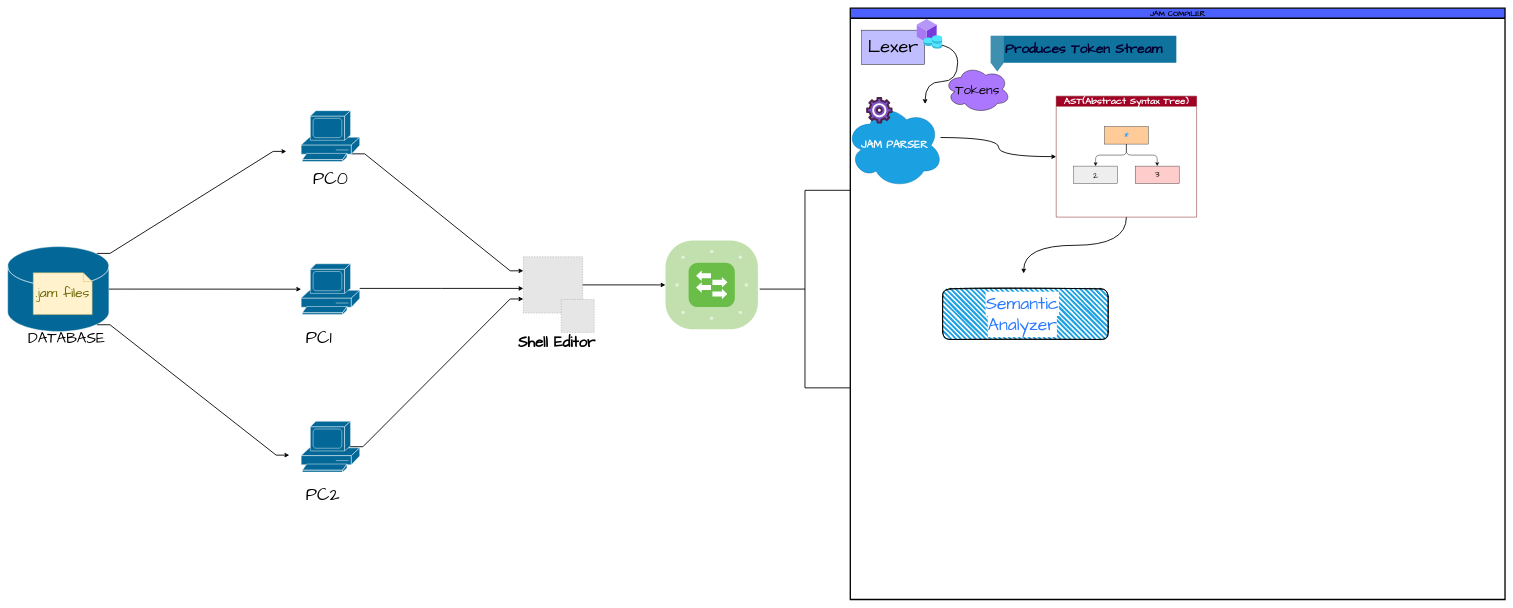
gauravdhyani/Complier_Design-TCS601- keeps this draw.io diagram as Jai/Compiler(JAM)/Diagrams/JAM.drawio. Above is the earlier version. Source tidied: cells renumbered, new cells numbered last; positions are measured from the earlier drawing's top-left corner, leaving out a move shared by most shapes. Both pictures are drawn from the tidied source at 44%, with x=0, y=0 at pixel (7, 8). Pictures stored in the file or linked from it are replaced by grey dashed boxes.
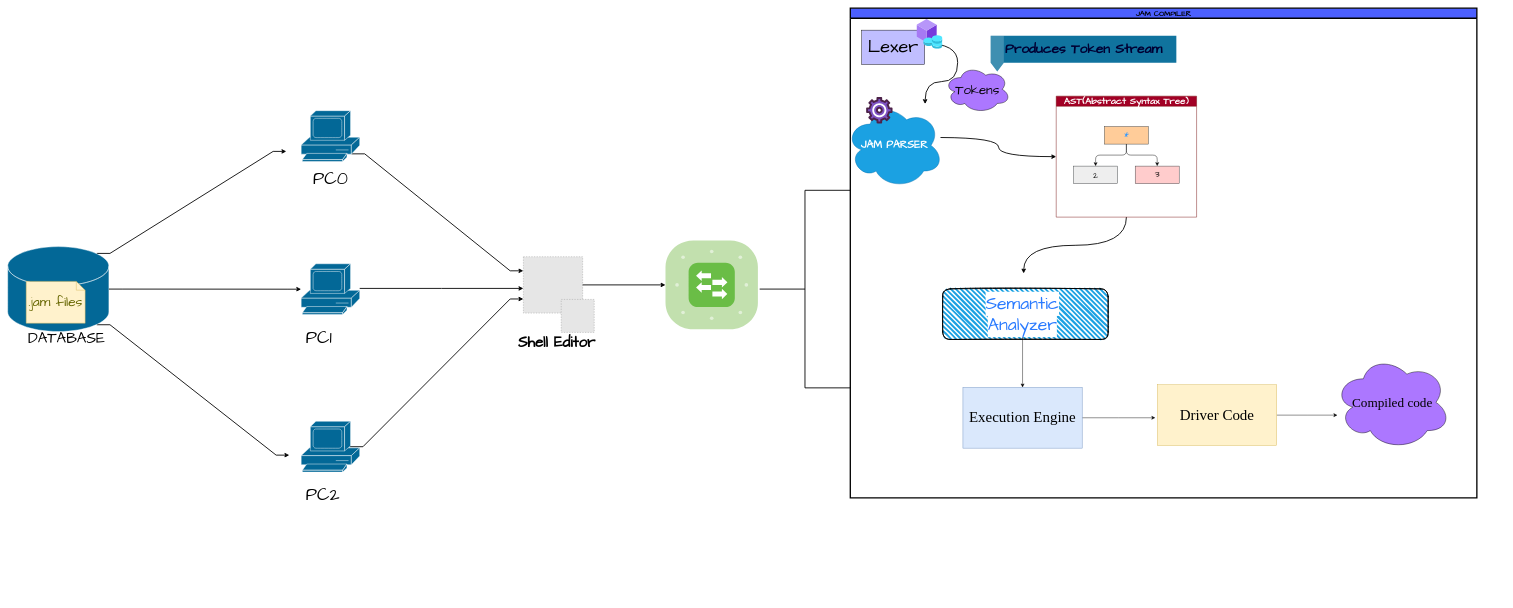
The same diagram, later.

Unchanged cells that the change refers to:
```xml
<mxCell id="19" value="&lt;font face=&quot;Comic Sans MS&quot; style=&quot;font-size: 40px; color: rgb(41, 122, 255); background-color: light-dark(#ffffff, var(--ge-dark-color, #121212));&quot;&gt;Semantic Analyzer&lt;/font&gt;" style="text;html=1;align=center;verticalAlign=middle;whiteSpace=wrap;rounded=0;" parent="2" vertex="1">
  <mxGeometry x="343" y="680.5" width="97" height="30" as="geometry" />
</mxCell>
```

The edit, as a diff of the source:
```diff
@@
     <mxCell id="2" value="JAM COMPILER" style="swimlane;labelBackgroundColor=none;fontColor=#000000;startSize=23;fontSize=17;fillColor=#4C60FF;fontFamily=Comic Sans MS;strokeWidth=3;" parent="1" vertex="1">
-      <mxGeometry x="1915" width="1488" height="1344" as="geometry" />
+      <mxGeometry x="1915" width="1424" height="1113" as="geometry" />
     </mxCell>
@@
+    <mxCell id="41" style="edgeStyle=orthogonalEdgeStyle;rounded=0;jettySize=auto;html=1;entryX=0.5;entryY=0;entryDx=0;entryDy=0;" parent="2" edge="1" source="19" target="43">
+      <mxGeometry relative="1" as="geometry" />
+    </mxCell>
@@
+    <mxCell id="42" style="edgeStyle=orthogonalEdgeStyle;rounded=0;jettySize=auto;html=1;" parent="2" edge="1" source="43">
+      <mxGeometry relative="1" as="geometry">
+        <mxPoint x="693.1" y="931" as="targetPoint" />
+      </mxGeometry>
+    </mxCell>
+    <mxCell id="43" value="&lt;font face=&quot;Times New Roman&quot; style=&quot;font-size: 34px;&quot;&gt;Execution Engine&lt;/font&gt;" style="rounded=0;whiteSpace=wrap;html=1;fillColor=#dae8fc;strokeColor=#6c8ebf;" parent="2" vertex="1">
+      <mxGeometry x="256" y="862" width="271" height="138" as="geometry" />
+    </mxCell>
+    <mxCell id="44" style="edgeStyle=orthogonalEdgeStyle;rounded=0;jettySize=auto;html=1;" parent="2" edge="1" source="45">
+      <mxGeometry relative="1" as="geometry">
+        <mxPoint x="1106.9" y="925" as="targetPoint" />
+      </mxGeometry>
+    </mxCell>
+    <mxCell id="45" value="&lt;font face=&quot;Times New Roman&quot; style=&quot;font-size: 34px;&quot;&gt;Driver Code&lt;/font&gt;" style="rounded=0;whiteSpace=wrap;html=1;fillColor=#fff2cc;strokeColor=#d6b656;" parent="2" vertex="1">
+      <mxGeometry x="698" y="856" width="271" height="138" as="geometry" />
+    </mxCell>
+    <mxCell id="46" value="&lt;font face=&quot;Times New Roman&quot; style=&quot;font-size: 30px;&quot;&gt;Compiled code&lt;/font&gt;" style="ellipse;shape=cloud;whiteSpace=wrap;html=1;fillColor=#AC77FF;fontFamily=Comic Sans MS;strokeWidth=1;" parent="2" vertex="1">
+      <mxGeometry x="1100" y="789" width="264" height="214" as="geometry" />
+    </mxCell>
@@
     <mxCell id="24" value="&lt;font style=&quot;font-size: 31px;&quot;&gt;.jam files&lt;/font&gt;" style="shape=note;strokeWidth=1;fontSize=14;size=20;whiteSpace=wrap;html=1;fillColor=#fff2cc;strokeColor=#d6b656;fontColor=#666600;fontFamily=Comic Sans MS;" parent="1" vertex="1">
-      <mxGeometry x="58" y="601.5" width="134" height="95" as="geometry" />
+      <mxGeometry x="42" y="621" width="134" height="95" as="geometry" />
     </mxCell>
```
